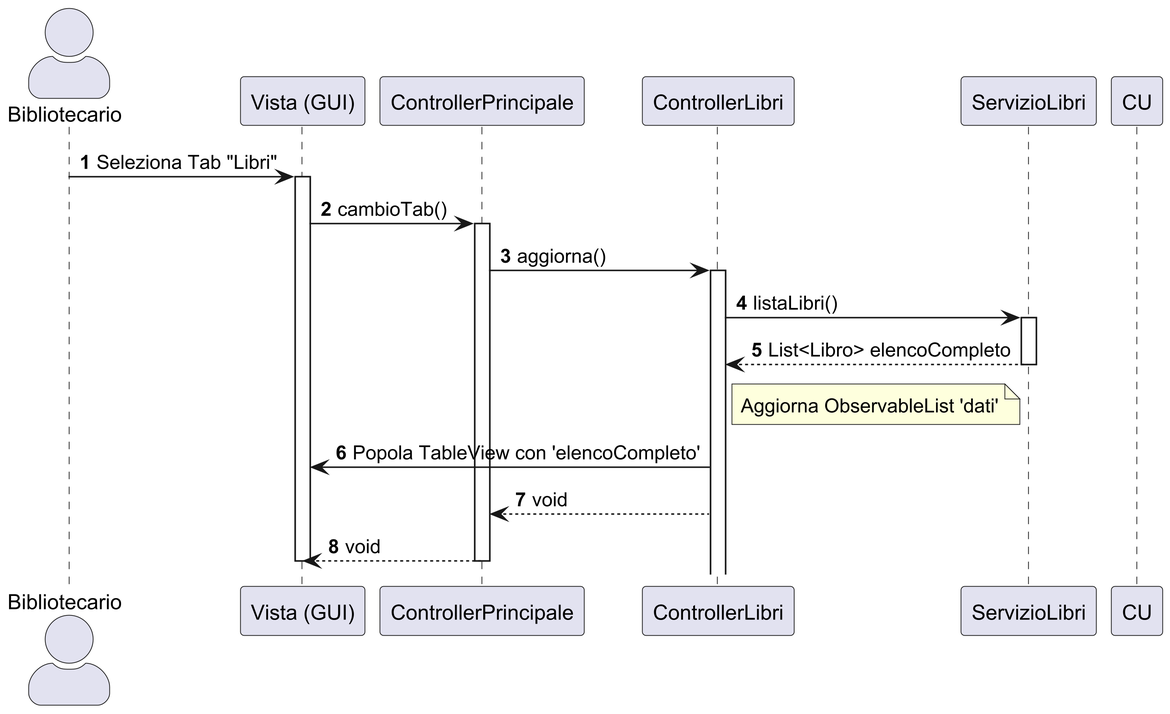
digregoriomario/bibliosoft keeps this PlantUML diagram as docs/Design/Diagrammi di sequenza/UC2.png. Above is the earlier version. Source of this version:
```plantuml
@startuml
scale 4
skinparam actorStyle awesome
autonumber

actor "Bibliotecario" as User
participant "Vista (GUI)" as GUI
participant "ControllerPrincipale" as CP
participant "ControllerLibri" as CL
participant "ServizioLibri" as SL



User -> GUI : Seleziona Tab "Libri"
activate GUI

GUI -> CP : cambioTab()
activate CP

    CP -> CL : aggiorna()
    activate CL

    CL -> SL : listaLibri()
    activate SL
    SL --> CL : List<Libro> elencoCompleto
    deactivate SL

    note right of CL : Aggiorna ObservableList 'dati'

  CL -> GUI : Popola TableView con 'elencoCompleto'

    CL --> CP : void
    deactivate CU

CP --> GUI : void
deactivate CP
deactivate GUI
@enduml
```
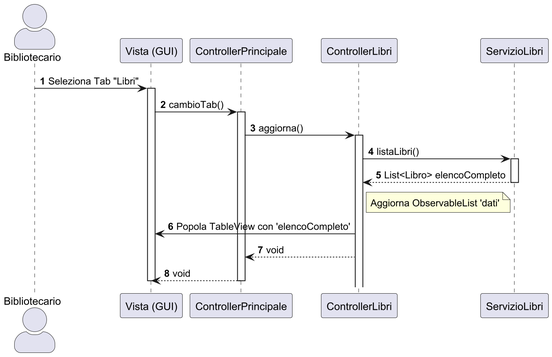
The same diagram one commit later.

Change to the diagram source:
```diff
@@ -30,7 +30,6 @@
   CL -> GUI : Popola TableView con 'elencoCompleto'
 
     CL --> CP : void
-    deactivate CU
 
 CP --> GUI : void
 deactivate CP
```
